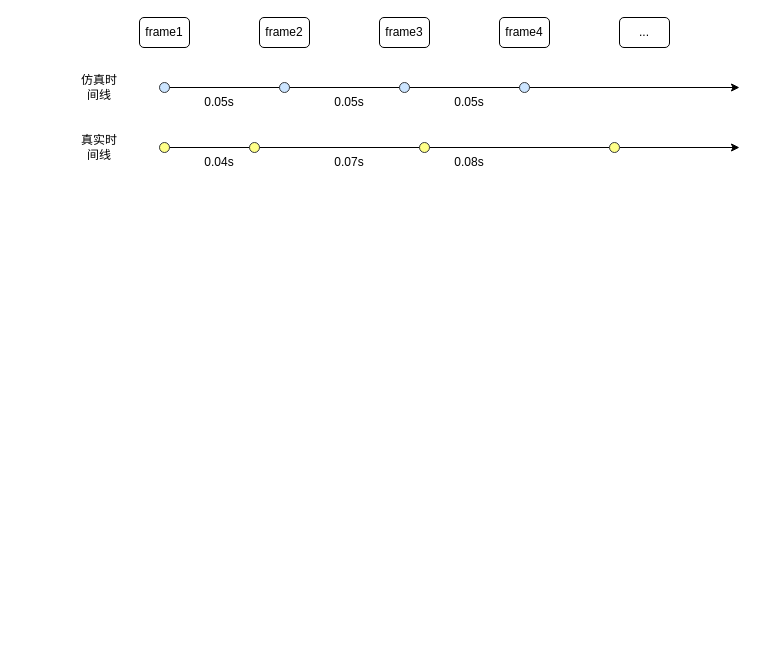
Earlier version of the draw.io diagram blog/CARLA_0.9.12_guild.drawio (mMikaa00/For_draw_io). Source tidied: cells renumbered, new cells numbered last; positions are measured from the earlier drawing's top-left corner, leaving out a move shared by most shapes. Both pictures are drawn from the tidied source at 100%, with x=0, y=0 at pixel (79, 17).
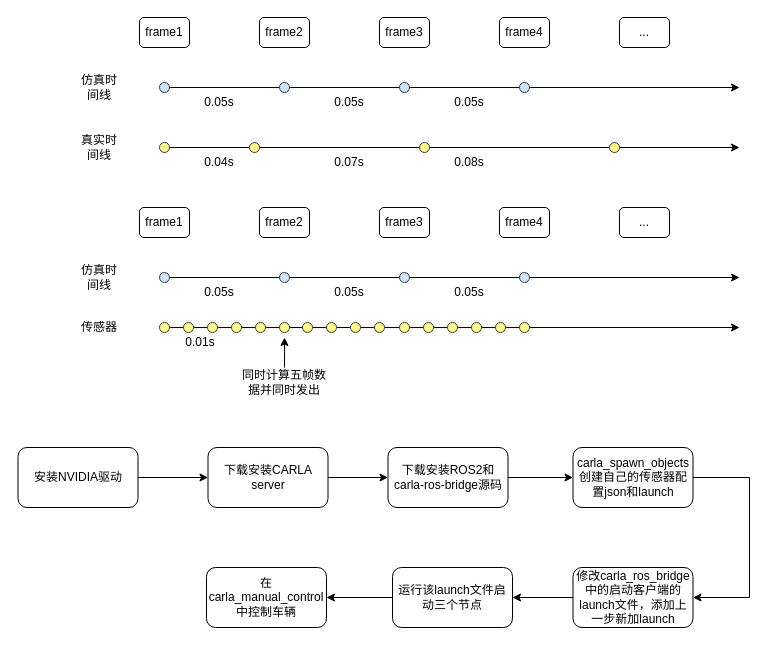
After the change.

Change to the diagram source:
```diff
@@
+    <mxCell id="26" value="frame1" style="rounded=1;whiteSpace=wrap;html=1;" parent="1" vertex="1">
+      <mxGeometry x="60" y="190" width="50" height="30" as="geometry" />
+    </mxCell>
+    <mxCell id="27" value="frame2" style="rounded=1;whiteSpace=wrap;html=1;" parent="1" vertex="1">
+      <mxGeometry x="180" y="190" width="50" height="30" as="geometry" />
+    </mxCell>
+    <mxCell id="28" value="frame3" style="rounded=1;whiteSpace=wrap;html=1;" parent="1" vertex="1">
+      <mxGeometry x="300" y="190" width="50" height="30" as="geometry" />
+    </mxCell>
+    <mxCell id="29" value="frame4" style="rounded=1;whiteSpace=wrap;html=1;" parent="1" vertex="1">
+      <mxGeometry x="420" y="190" width="50" height="30" as="geometry" />
+    </mxCell>
+    <mxCell id="30" value="..." style="rounded=1;whiteSpace=wrap;html=1;" parent="1" vertex="1">
+      <mxGeometry x="540" y="190" width="50" height="30" as="geometry" />
+    </mxCell>
+    <mxCell id="31" value="仿真时间线" style="text;html=1;strokeColor=none;fillColor=none;align=center;verticalAlign=middle;whiteSpace=wrap;rounded=0;" parent="1" vertex="1">
+      <mxGeometry y="250" width="40" height="20" as="geometry" />
+    </mxCell>
+    <mxCell id="32" style="endArrow=classic;html=1;" parent="1" edge="1">
+      <mxGeometry relative="1" as="geometry">
+        <mxPoint x="80" y="260" as="sourcePoint" />
+        <mxPoint x="660" y="260" as="targetPoint" />
+      </mxGeometry>
+    </mxCell>
+    <mxCell id="33" style="ellipse;whiteSpace=wrap;html=1;fillColor=#cce5ff;strokeColor=#36393d;" parent="1" vertex="1">
+      <mxGeometry x="80" y="255" width="10" height="10" as="geometry" />
+    </mxCell>
+    <mxCell id="34" style="ellipse;whiteSpace=wrap;html=1;fillColor=#cce5ff;strokeColor=#36393d;" parent="1" vertex="1">
+      <mxGeometry x="200" y="255" width="10" height="10" as="geometry" />
+    </mxCell>
+    <mxCell id="35" style="ellipse;whiteSpace=wrap;html=1;fillColor=#cce5ff;strokeColor=#36393d;" parent="1" vertex="1">
+      <mxGeometry x="320" y="255" width="10" height="10" as="geometry" />
+    </mxCell>
+    <mxCell id="36" style="ellipse;whiteSpace=wrap;html=1;fillColor=#cce5ff;strokeColor=#36393d;" parent="1" vertex="1">
+      <mxGeometry x="440" y="255" width="10" height="10" as="geometry" />
+    </mxCell>
+    <mxCell id="37" value="0.05s" style="text;html=1;strokeColor=none;fillColor=none;align=center;verticalAlign=middle;whiteSpace=wrap;rounded=0;" parent="1" vertex="1">
+      <mxGeometry x="130" y="270" width="20" height="10" as="geometry" />
+    </mxCell>
+    <mxCell id="38" value="0.05s" style="text;html=1;strokeColor=none;fillColor=none;align=center;verticalAlign=middle;whiteSpace=wrap;rounded=0;" parent="1" vertex="1">
+      <mxGeometry x="260" y="270" width="20" height="10" as="geometry" />
+    </mxCell>
+    <mxCell id="39" value="0.05s" style="text;html=1;strokeColor=none;fillColor=none;align=center;verticalAlign=middle;whiteSpace=wrap;rounded=0;" parent="1" vertex="1">
+      <mxGeometry x="380" y="270" width="20" height="10" as="geometry" />
+    </mxCell>
+    <mxCell id="40" value="传感器" style="text;html=1;strokeColor=none;fillColor=none;align=center;verticalAlign=middle;whiteSpace=wrap;rounded=0;" parent="1" vertex="1">
+      <mxGeometry y="300" width="40" height="20" as="geometry" />
+    </mxCell>
+    <mxCell id="41" style="endArrow=classic;html=1;" parent="1" edge="1">
+      <mxGeometry relative="1" as="geometry">
+        <mxPoint x="80" y="310" as="sourcePoint" />
+        <mxPoint x="660" y="310" as="targetPoint" />
+      </mxGeometry>
+    </mxCell>
+    <mxCell id="42" style="ellipse;whiteSpace=wrap;html=1;fillColor=#ffff88;strokeColor=#36393d;" parent="1" vertex="1">
+      <mxGeometry x="80" y="305" width="10" height="10" as="geometry" />
+    </mxCell>
+    <mxCell id="43" style="ellipse;whiteSpace=wrap;html=1;fillColor=#ffff88;strokeColor=#36393d;" parent="1" vertex="1">
+      <mxGeometry x="200" y="305" width="10" height="10" as="geometry" />
+    </mxCell>
+    <mxCell id="44" style="ellipse;whiteSpace=wrap;html=1;fillColor=#ffff88;strokeColor=#36393d;" parent="1" vertex="1">
+      <mxGeometry x="320" y="305" width="10" height="10" as="geometry" />
+    </mxCell>
+    <mxCell id="45" style="ellipse;whiteSpace=wrap;html=1;fillColor=#ffff88;strokeColor=#36393d;" parent="1" vertex="1">
+      <mxGeometry x="440" y="305" width="10" height="10" as="geometry" />
+    </mxCell>
+    <mxCell id="46" value="0.01s" style="text;html=1;strokeColor=none;fillColor=none;align=center;verticalAlign=middle;whiteSpace=wrap;rounded=0;" parent="1" vertex="1">
+      <mxGeometry x="111" y="320" width="20" height="10" as="geometry" />
+    </mxCell>
+    <mxCell id="47" style="ellipse;whiteSpace=wrap;html=1;fillColor=#ffff88;strokeColor=#36393d;" parent="1" vertex="1">
+      <mxGeometry x="104" y="305" width="10" height="10" as="geometry" />
+    </mxCell>
+    <mxCell id="48" style="ellipse;whiteSpace=wrap;html=1;fillColor=#ffff88;strokeColor=#36393d;" parent="1" vertex="1">
+      <mxGeometry x="128" y="305" width="10" height="10" as="geometry" />
+    </mxCell>
+    <mxCell id="49" style="ellipse;whiteSpace=wrap;html=1;fillColor=#ffff88;strokeColor=#36393d;" parent="1" vertex="1">
+      <mxGeometry x="152" y="305" width="10" height="10" as="geometry" />
+    </mxCell>
+    <mxCell id="50" style="ellipse;whiteSpace=wrap;html=1;fillColor=#ffff88;strokeColor=#36393d;" parent="1" vertex="1">
+      <mxGeometry x="176" y="305" width="10" height="10" as="geometry" />
+    </mxCell>
+    <mxCell id="51" style="ellipse;whiteSpace=wrap;html=1;fillColor=#ffff88;strokeColor=#36393d;" parent="1" vertex="1">
+      <mxGeometry x="223" y="305" width="10" height="10" as="geometry" />
+    </mxCell>
+    <mxCell id="52" style="ellipse;whiteSpace=wrap;html=1;fillColor=#ffff88;strokeColor=#36393d;" parent="1" vertex="1">
+      <mxGeometry x="247" y="305" width="10" height="10" as="geometry" />
+    </mxCell>
+    <mxCell id="53" style="ellipse;whiteSpace=wrap;html=1;fillColor=#ffff88;strokeColor=#36393d;" parent="1" vertex="1">
+      <mxGeometry x="271" y="305" width="10" height="10" as="geometry" />
+    </mxCell>
+    <mxCell id="54" style="ellipse;whiteSpace=wrap;html=1;fillColor=#ffff88;strokeColor=#36393d;" parent="1" vertex="1">
+      <mxGeometry x="295" y="305" width="10" height="10" as="geometry" />
+    </mxCell>
+    <mxCell id="55" style="ellipse;whiteSpace=wrap;html=1;fillColor=#ffff88;strokeColor=#36393d;" parent="1" vertex="1">
+      <mxGeometry x="344" y="305" width="10" height="10" as="geometry" />
+    </mxCell>
+    <mxCell id="56" style="ellipse;whiteSpace=wrap;html=1;fillColor=#ffff88;strokeColor=#36393d;" parent="1" vertex="1">
+      <mxGeometry x="368" y="305" width="10" height="10" as="geometry" />
+    </mxCell>
+    <mxCell id="57" style="ellipse;whiteSpace=wrap;html=1;fillColor=#ffff88;strokeColor=#36393d;" parent="1" vertex="1">
+      <mxGeometry x="392" y="305" width="10" height="10" as="geometry" />
+    </mxCell>
+    <mxCell id="58" style="ellipse;whiteSpace=wrap;html=1;fillColor=#ffff88;strokeColor=#36393d;" parent="1" vertex="1">
+      <mxGeometry x="416" y="305" width="10" height="10" as="geometry" />
+    </mxCell>
+    <mxCell id="59" style="endArrow=classic;html=1;" parent="1" edge="1">
+      <mxGeometry relative="1" as="geometry">
+        <mxPoint x="205" y="350" as="sourcePoint" />
+        <mxPoint x="205" y="320" as="targetPoint" />
+      </mxGeometry>
+    </mxCell>
+    <mxCell id="60" value="同时计算五帧数据并同时发出" style="text;html=1;strokeColor=none;fillColor=none;align=center;verticalAlign=middle;whiteSpace=wrap;rounded=0;" parent="1" vertex="1">
+      <mxGeometry x="160" y="360" width="90" height="10" as="geometry" />
+    </mxCell>
+    <mxCell id="61" style="edgeStyle=orthogonalEdgeStyle;rounded=0;jettySize=auto;html=1;" parent="1" edge="1" source="62" target="64">
+      <mxGeometry relative="1" as="geometry" />
+    </mxCell>
+    <mxCell id="62" value="安装NVIDIA驱动" style="rounded=1;whiteSpace=wrap;html=1;" parent="1" vertex="1">
+      <mxGeometry x="-61.5" y="430" width="120" height="60" as="geometry" />
+    </mxCell>
+    <mxCell id="63" style="edgeStyle=orthogonalEdgeStyle;rounded=0;jettySize=auto;html=1;" parent="1" edge="1" source="64" target="66">
+      <mxGeometry relative="1" as="geometry" />
+    </mxCell>
+    <mxCell id="64" value="下载安装CARLA server" style="rounded=1;whiteSpace=wrap;html=1;" parent="1" vertex="1">
+      <mxGeometry x="128.5" y="430" width="120" height="60" as="geometry" />
+    </mxCell>
+    <mxCell id="65" style="edgeStyle=orthogonalEdgeStyle;rounded=0;jettySize=auto;html=1;" parent="1" edge="1" source="66" target="68">
+      <mxGeometry relative="1" as="geometry" />
+    </mxCell>
+    <mxCell id="66" value="下载安装ROS2和carla-ros-bridge源码" style="rounded=1;whiteSpace=wrap;html=1;" parent="1" vertex="1">
+      <mxGeometry x="308.5" y="430" width="120" height="60" as="geometry" />
+    </mxCell>
+    <mxCell id="67" style="edgeStyle=orthogonalEdgeStyle;rounded=0;jettySize=auto;html=1;entryX=1;entryY=0.5;entryDx=0;entryDy=0;exitX=1;exitY=0.5;exitDx=0;exitDy=0;" parent="1" edge="1" source="68" target="70">
+      <mxGeometry relative="1" as="geometry">
+        <Array as="points">
+          <mxPoint x="670" y="460" />
+          <mxPoint x="670" y="580" />
+        </Array>
+      </mxGeometry>
+    </mxCell>
+    <mxCell id="68" value="carla_spawn_objects创建自己的传感器配置json和launch" style="rounded=1;whiteSpace=wrap;html=1;" parent="1" vertex="1">
+      <mxGeometry x="493.5" y="430" width="120" height="60" as="geometry" />
+    </mxCell>
+    <mxCell id="69" style="edgeStyle=orthogonalEdgeStyle;rounded=0;jettySize=auto;html=1;" parent="1" edge="1" source="70" target="72">
+      <mxGeometry relative="1" as="geometry" />
+    </mxCell>
+    <mxCell id="70" value="修改carla_ros_bridge中的启动客户端的launch文件，添加上一步新加launch" style="rounded=1;whiteSpace=wrap;html=1;" parent="1" vertex="1">
+      <mxGeometry x="493.5" y="550" width="120" height="60" as="geometry" />
+    </mxCell>
+    <mxCell id="71" style="edgeStyle=orthogonalEdgeStyle;rounded=0;jettySize=auto;html=1;" parent="1" edge="1" source="72" target="73">
+      <mxGeometry relative="1" as="geometry" />
+    </mxCell>
+    <mxCell id="72" value="运行该launch文件启动三个节点" style="rounded=1;whiteSpace=wrap;html=1;" parent="1" vertex="1">
+      <mxGeometry x="313" y="550" width="120" height="60" as="geometry" />
+    </mxCell>
+    <mxCell id="73" value="在carla_manual_control中控制车辆" style="rounded=1;whiteSpace=wrap;html=1;" parent="1" vertex="1">
+      <mxGeometry x="127" y="550" width="120" height="60" as="geometry" />
+    </mxCell>
```
